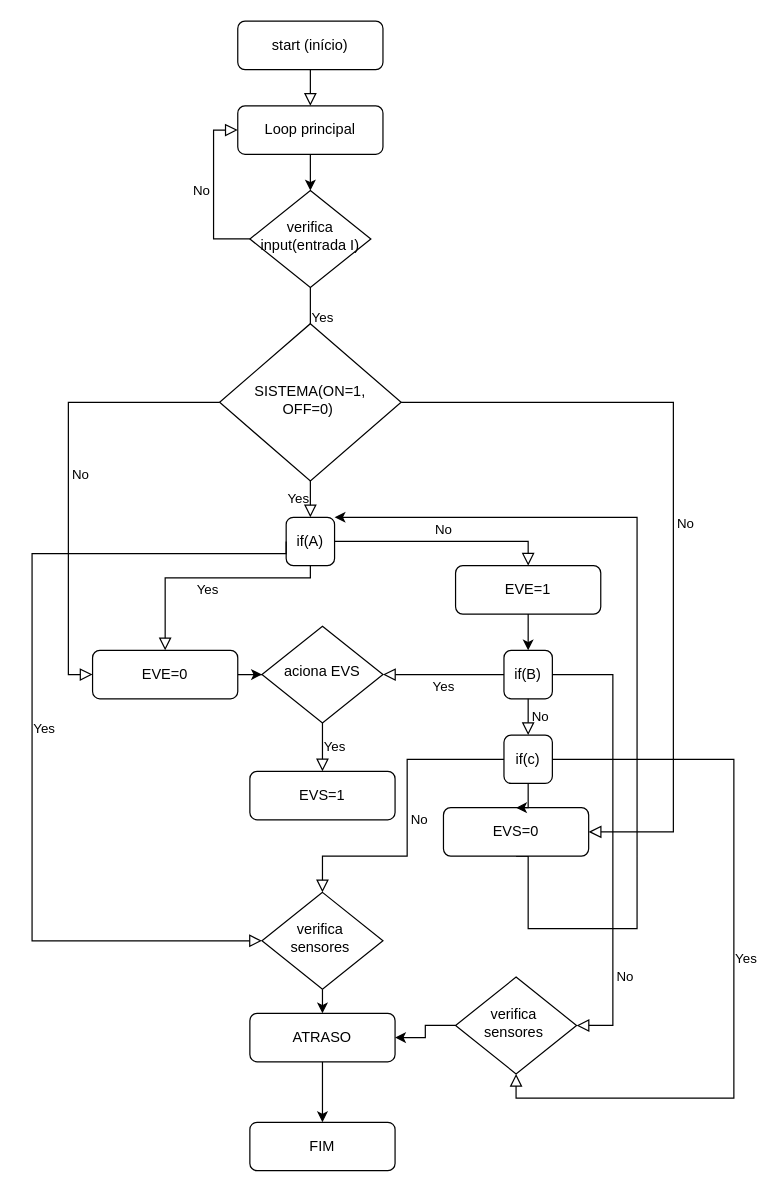
Before: Diagrama sem nome.drawio in nervaljunior/arquitetura-de-computadores, a draw.io diagram. Source tidied: cells renumbered, new cells numbered last; positions are measured from the earlier drawing's top-left corner, leaving out a move shared by most shapes. Both pictures are drawn from the tidied source at 121%, with x=0, y=0 at pixel (31, 21).
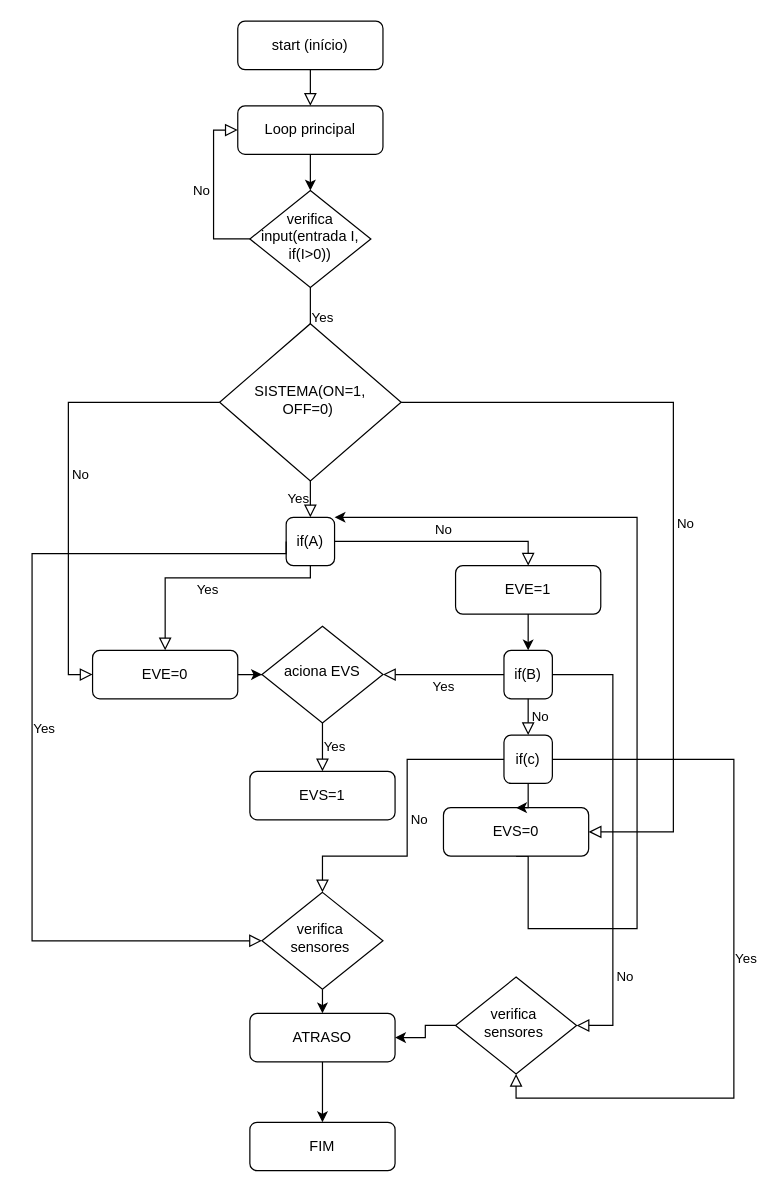
Above is the later version.

What changed in the source:
```diff
@@
-    <mxCell id="5" value="verifica input(entrada I)" style="rhombus;whiteSpace=wrap;html=1;shadow=0;fontFamily=Helvetica;fontSize=12;align=center;strokeWidth=1;spacing=6;spacingTop=-4;" parent="1" vertex="1">
+    <mxCell id="5" value="verifica input(entrada I, if(I&amp;gt;0))" style="rhombus;whiteSpace=wrap;html=1;shadow=0;fontFamily=Helvetica;fontSize=12;align=center;strokeWidth=1;spacing=6;spacingTop=-4;" parent="1" vertex="1">
       <mxGeometry x="180" y="140" width="100" height="80" as="geometry" />
     </mxCell>
```
